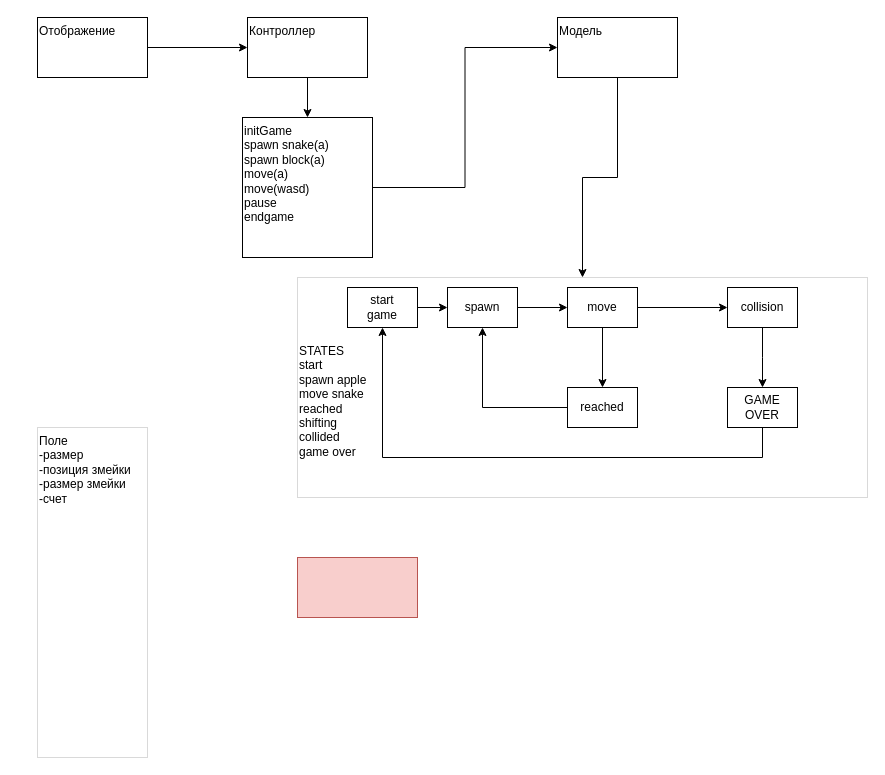
Before: hisses_arch.drawio in SAAAIK/hisses, a draw.io diagram. Source tidied: cells renumbered, new cells numbered last; positions are measured from the earlier drawing's top-left corner, leaving out a move shared by most shapes. Both pictures are drawn from the tidied source at 100%, with x=0, y=0 at pixel (37, 17).
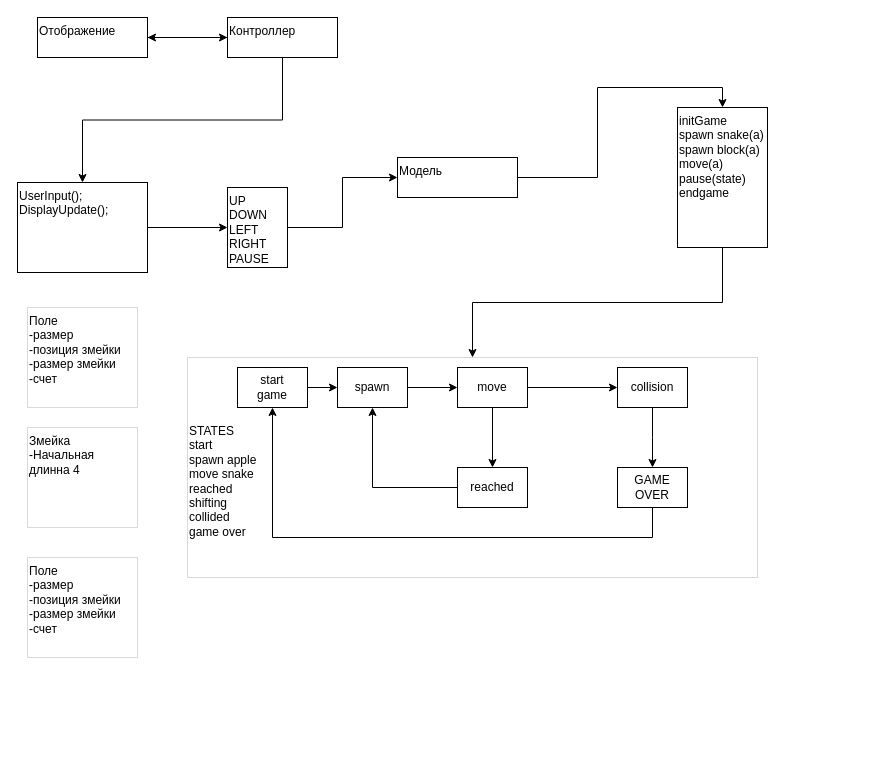
After the change.

The change refers to these unchanged cells:
```xml
<mxCell id="11" style="rounded=0;whiteSpace=wrap;html=1;opacity=15;align=left;verticalAlign=top;" parent="10" vertex="1">
  <mxGeometry width="570" height="220" as="geometry" />
</mxCell>
```

The edit, as a diff of the source:
```diff
@@
-    <mxCell id="2" style="edgeStyle=orthogonalEdgeStyle;rounded=0;jettySize=auto;html=1;exitX=0.5;exitY=1;exitDx=0;exitDy=0;entryX=0.5;entryY=0;entryDx=0;entryDy=0;align=left;verticalAlign=top;" parent="1" edge="1" source="3" target="9">
+    <mxCell id="2" style="edgeStyle=orthogonalEdgeStyle;rounded=0;jettySize=auto;html=1;exitX=0.5;exitY=1;exitDx=0;exitDy=0;entryX=0.5;entryY=0;entryDx=0;entryDy=0;align=left;verticalAlign=top;" parent="1" edge="1" source="3" target="32">
       <mxGeometry relative="1" as="geometry" />
     </mxCell>
+    <mxCell id="29" style="edgeStyle=orthogonalEdgeStyle;rounded=0;jettySize=auto;html=1;" parent="1" edge="1" source="3" target="7">
+      <mxGeometry relative="1" as="geometry" />
+    </mxCell>
     <mxCell id="3" value="Контроллер" style="rounded=0;whiteSpace=wrap;html=1;align=left;verticalAlign=top;" parent="1" vertex="1">
-      <mxGeometry x="210" width="120" height="60" as="geometry" />
+      <mxGeometry x="190" width="110" height="40" as="geometry" />
     </mxCell>
-    <mxCell id="4" style="edgeStyle=orthogonalEdgeStyle;rounded=0;jettySize=auto;html=1;exitX=0.5;exitY=1;exitDx=0;exitDy=0;align=left;verticalAlign=top;" parent="1" edge="1" source="5" target="11">
+    <mxCell id="4" style="edgeStyle=orthogonalEdgeStyle;rounded=0;jettySize=auto;html=1;exitX=0.5;exitY=1;exitDx=0;exitDy=0;align=left;verticalAlign=top;" parent="1" edge="1" source="33" target="11">
       <mxGeometry relative="1" as="geometry" />
     </mxCell>
+    <mxCell id="30" style="edgeStyle=orthogonalEdgeStyle;rounded=0;jettySize=auto;html=1;exitX=1;exitY=0.5;exitDx=0;exitDy=0;entryX=0.5;entryY=0;entryDx=0;entryDy=0;" parent="1" edge="1" source="5" target="33">
+      <mxGeometry relative="1" as="geometry" />
+    </mxCell>
     <mxCell id="5" value="Модель&lt;div&gt;&lt;br&gt;&lt;/div&gt;" style="rounded=0;whiteSpace=wrap;html=1;align=left;verticalAlign=top;" parent="1" vertex="1">
-      <mxGeometry x="520" width="120" height="60" as="geometry" />
+      <mxGeometry x="360" y="140" width="120" height="40" as="geometry" />
     </mxCell>
@@
     <mxCell id="7" value="Отображение" style="rounded=0;whiteSpace=wrap;html=1;align=left;verticalAlign=top;" parent="1" vertex="1">
-      <mxGeometry width="110" height="60" as="geometry" />
+      <mxGeometry width="110" height="40" as="geometry" />
     </mxCell>
@@
-    <mxCell id="9" value="initGame&lt;div&gt;spawn snake(a)&lt;/div&gt;&lt;div&gt;spawn block(a)&lt;/div&gt;&lt;div&gt;move(a)&lt;br&gt;&lt;div&gt;move(wasd)&lt;/div&gt;&lt;div&gt;pause&lt;/div&gt;&lt;div&gt;endgame&lt;/div&gt;&lt;div&gt;&lt;br&gt;&lt;/div&gt;&lt;/div&gt;" style="whiteSpace=wrap;html=1;rounded=0;align=left;verticalAlign=top;" parent="1" vertex="1">
-      <mxGeometry x="205" y="100" width="130" height="140" as="geometry" />
+    <mxCell id="9" value="&lt;div&gt;UP&lt;br&gt;DOWN&lt;br&gt;LEFT&lt;br&gt;RIGHT&lt;br&gt;PAUSE&lt;br&gt;&lt;br&gt;&lt;/div&gt;&lt;div&gt;&lt;br&gt;&lt;/div&gt;&lt;div&gt;&lt;br&gt;&lt;/div&gt;&lt;div&gt;&lt;br&gt;&lt;/div&gt;" style="whiteSpace=wrap;html=1;rounded=0;align=left;verticalAlign=top;" parent="1" vertex="1">
+      <mxGeometry x="190" y="170" width="60" height="80" as="geometry" />
     </mxCell>
     <mxCell id="10" style="group;" parent="1" vertex="1">
-      <mxGeometry x="260" y="260" width="570" height="220" as="geometry" />
+      <mxGeometry x="150" y="340" width="570" height="220" as="geometry" />
     </mxCell>
@@
-    <mxCell id="27" value="Поле&lt;div&gt;-размер&lt;/div&gt;&lt;div&gt;-позиция змейки&lt;/div&gt;&lt;div&gt;-размер змейки&amp;nbsp;&lt;/div&gt;&lt;div&gt;-счет&lt;/div&gt;" style="rounded=0;whiteSpace=wrap;html=1;opacity=15;align=left;verticalAlign=top;" parent="1" vertex="1">
-      <mxGeometry y="410" width="110" height="330" as="geometry" />
+    <mxCell id="27" value="Поле&lt;div&gt;-размер&lt;/div&gt;&lt;div&gt;-позиция змейки&lt;/div&gt;&lt;div&gt;-размер змейки&amp;nbsp;&lt;/div&gt;&lt;div&gt;-счет&lt;/div&gt;&lt;div&gt;&lt;br&gt;&lt;/div&gt;" style="rounded=0;whiteSpace=wrap;html=1;opacity=15;align=left;verticalAlign=top;" parent="1" vertex="1">
+      <mxGeometry x="-10" y="290" width="110" height="100" as="geometry" />
     </mxCell>
-    <mxCell id="28" style="rounded=0;whiteSpace=wrap;html=1;fillColor=#f8cecc;strokeColor=#b85450;" parent="1" vertex="1">
-      <mxGeometry x="260" y="540" width="120" height="60" as="geometry" />
-    </mxCell>
+    <mxCell id="31" style="edgeStyle=orthogonalEdgeStyle;rounded=0;jettySize=auto;html=1;exitX=1;exitY=0.5;exitDx=0;exitDy=0;entryX=0;entryY=0.5;entryDx=0;entryDy=0;" parent="1" edge="1" source="32" target="9">
+      <mxGeometry relative="1" as="geometry" />
+    </mxCell>
+    <mxCell id="32" value="UserInput();&lt;div&gt;DisplayUpdate();&lt;/div&gt;" style="whiteSpace=wrap;html=1;rounded=0;align=left;verticalAlign=top;" parent="1" vertex="1">
+      <mxGeometry x="-20" y="165" width="130" height="90" as="geometry" />
+    </mxCell>
+    <mxCell id="33" value="initGame&lt;div&gt;spawn snake(a)&lt;/div&gt;&lt;div&gt;spawn block(a)&lt;/div&gt;&lt;div&gt;move(a)&lt;br&gt;&lt;div&gt;pause(state)&lt;/div&gt;&lt;div&gt;endgame&lt;/div&gt;&lt;div&gt;&lt;br&gt;&lt;/div&gt;&lt;/div&gt;" style="whiteSpace=wrap;html=1;rounded=0;align=left;verticalAlign=top;" parent="1" vertex="1">
+      <mxGeometry x="640" y="90" width="90" height="140" as="geometry" />
+    </mxCell>
+    <mxCell id="34" value="Змейка&lt;div&gt;-Начальная длинна 4&lt;/div&gt;&lt;div&gt;&lt;br&gt;&lt;/div&gt;" style="rounded=0;whiteSpace=wrap;html=1;opacity=15;align=left;verticalAlign=top;" parent="1" vertex="1">
+      <mxGeometry x="-10" y="410" width="110" height="100" as="geometry" />
+    </mxCell>
+    <mxCell id="35" value="Поле&lt;div&gt;-размер&lt;/div&gt;&lt;div&gt;-позиция змейки&lt;/div&gt;&lt;div&gt;-размер змейки&amp;nbsp;&lt;/div&gt;&lt;div&gt;-счет&lt;/div&gt;&lt;div&gt;&lt;br&gt;&lt;/div&gt;" style="rounded=0;whiteSpace=wrap;html=1;opacity=15;align=left;verticalAlign=top;" parent="1" vertex="1">
+      <mxGeometry x="-10" y="540" width="110" height="100" as="geometry" />
+    </mxCell>
+    <mxCell id="36" style="edgeStyle=orthogonalEdgeStyle;rounded=0;orthogonalLoop=1;jettySize=auto;html=1;exitX=0.5;exitY=1;exitDx=0;exitDy=0;" parent="1" edge="1" source="32" target="32">
+      <mxGeometry relative="1" as="geometry" />
+    </mxCell>
```
